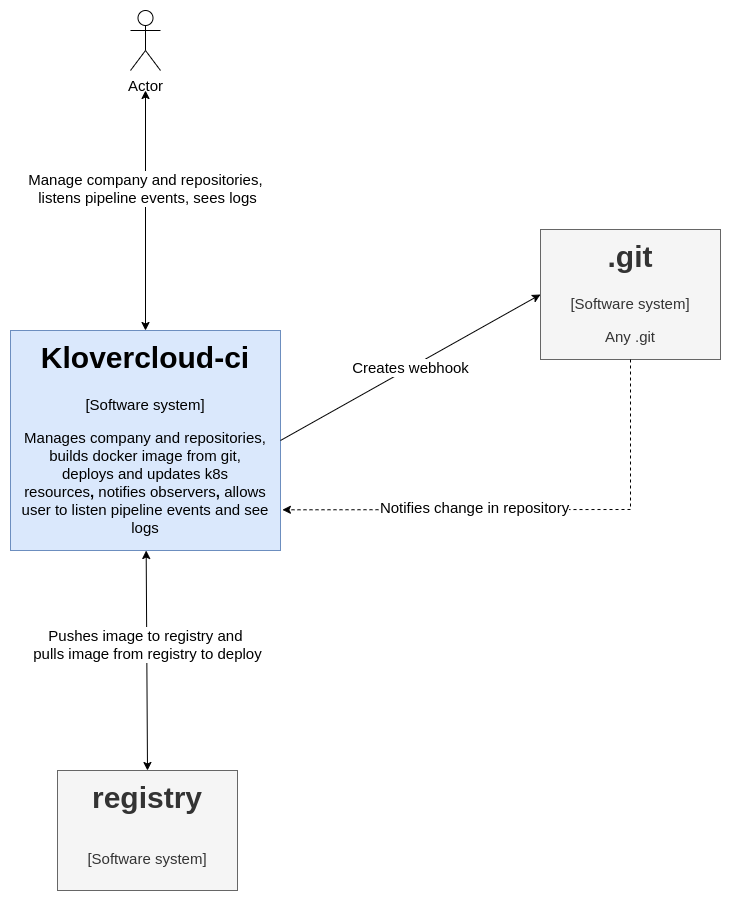
The draw.io diagram files/context.png in klovercloud-ci-cd/architecture, before a commit. Source tidied: cells renumbered, new cells last; positions are measured from the earlier drawing's top-left corner, leaving out a move shared by most shapes. The source it was exported from:
```xml
<mxGraphModel>
  <root>
    <mxCell id="0" />
    <mxCell id="1" parent="0" />
    <mxCell id="2" value="&lt;h1&gt;Klovercloud-ci&lt;/h1&gt;&lt;div&gt;[Software system]&lt;/div&gt;&lt;p&gt;Manages company and repositories, builds docker image from git,&lt;br&gt;deploys and updates k8s resources&lt;b&gt;,&amp;nbsp;&lt;/b&gt;notifies observers&lt;b&gt;,&amp;nbsp;&lt;/b&gt;allows user to listen pipeline events and see logs&lt;br&gt;&lt;/p&gt;" style="text;html=1;strokeColor=#6c8ebf;fillColor=#dae8fc;spacing=5;spacingTop=-20;whiteSpace=wrap;overflow=hidden;rounded=0;fontSize=15;align=center;fontColor=default;" parent="1" vertex="1">
      <mxGeometry y="320" width="270" height="220" as="geometry" />
    </mxCell>
    <mxCell id="3" value="&lt;h1&gt;.git&lt;/h1&gt;&lt;div&gt;[Software system]&lt;br&gt;&lt;/div&gt;&lt;p&gt;&lt;span&gt;Any .git&lt;/span&gt;&lt;br&gt;&lt;/p&gt;" style="text;html=1;strokeColor=#666666;fillColor=#f5f5f5;spacing=5;spacingTop=-20;whiteSpace=wrap;overflow=hidden;rounded=0;fontSize=15;fontColor=#333333;align=center;" parent="1" vertex="1">
      <mxGeometry x="530" y="219" width="180" height="130" as="geometry" />
    </mxCell>
    <mxCell id="4" style="endArrow=classic;html=1;rounded=0;labelBackgroundColor=default;fontSize=15;fontColor=default;strokeColor=default;exitX=0.5;exitY=1;exitDx=0;exitDy=0;entryX=1.007;entryY=0.815;entryDx=0;entryDy=0;dashed=1;entryPerimeter=0;" parent="1" edge="1" source="3" target="2">
      <mxGeometry relative="1" as="geometry">
        <Array as="points">
          <mxPoint x="620" y="499" />
        </Array>
      </mxGeometry>
    </mxCell>
    <mxCell id="5" value="Notifies change in repository" style="edgeLabel;html=1;align=center;verticalAlign=middle;fontSize=15;fontColor=default;labelBackgroundColor=default;" parent="4" vertex="1">
      <mxGeometry x="0.17" y="1" relative="1" as="geometry">
        <mxPoint x="-15" y="-4" as="offset" />
      </mxGeometry>
    </mxCell>
    <mxCell id="6" value="Creates webhook" style="endArrow=classic;html=1;rounded=0;labelBackgroundColor=default;fontSize=15;fontColor=default;strokeColor=default;exitX=1;exitY=0.5;exitDx=0;exitDy=0;entryX=0;entryY=0.5;entryDx=0;entryDy=0;" parent="1" edge="1" source="2" target="3">
      <mxGeometry relative="1" as="geometry" />
    </mxCell>
    <mxCell id="7" value="Actor" style="shape=umlActor;verticalLabelPosition=bottom;verticalAlign=top;html=1;labelBackgroundColor=default;fontSize=15;fontColor=default;strokeColor=default;fillColor=default;" parent="1" vertex="1">
      <mxGeometry x="120" width="30" height="60" as="geometry" />
    </mxCell>
    <mxCell id="8" style="endArrow=classic;startArrow=classic;html=1;rounded=0;labelBackgroundColor=default;fontSize=15;fontColor=default;strokeColor=default;exitX=0.5;exitY=0;exitDx=0;exitDy=0;" parent="1" edge="1" source="2">
      <mxGeometry relative="1" as="geometry">
        <mxPoint x="135" y="80" as="targetPoint" />
      </mxGeometry>
    </mxCell>
    <mxCell id="9" value="Manage company and repositories, &lt;br&gt;listens pipeline events, sees logs" style="edgeLabel;html=1;align=center;verticalAlign=middle;fontSize=15;fontColor=default;" parent="8" vertex="1">
      <mxGeometry x="0.19" y="-1" relative="1" as="geometry" />
    </mxCell>
    <mxCell id="10" value="&lt;h1&gt;&lt;span&gt;registry&lt;/span&gt;&lt;/h1&gt;&lt;h1&gt;&lt;span style=&quot;font-size: 15px ; font-weight: normal&quot;&gt;[Software system]&lt;/span&gt;&lt;/h1&gt;&lt;div&gt;&lt;span style=&quot;font-size: 15px ; font-weight: normal&quot;&gt;&lt;br&gt;&lt;/span&gt;&lt;/div&gt;" style="text;html=1;strokeColor=#666666;fillColor=#f5f5f5;spacing=5;spacingTop=-20;whiteSpace=wrap;overflow=hidden;rounded=0;fontSize=15;fontColor=#333333;align=center;" parent="1" vertex="1">
      <mxGeometry x="47" y="760" width="180" height="120" as="geometry" />
    </mxCell>
    <mxCell id="11" style="endArrow=classic;startArrow=classic;html=1;rounded=0;labelBackgroundColor=default;fontSize=15;fontColor=default;strokeColor=default;exitX=0.5;exitY=0;exitDx=0;exitDy=0;" parent="1" edge="1" source="10" target="2">
      <mxGeometry relative="1" as="geometry" />
    </mxCell>
    <mxCell id="12" value="Pushes image to registry and &lt;br&gt;pulls image from registry to deploy" style="edgeLabel;html=1;align=center;verticalAlign=middle;fontSize=15;fontColor=default;" parent="11" vertex="1">
      <mxGeometry x="0.15" relative="1" as="geometry" />
    </mxCell>
  </root>
</mxGraphModel>
```
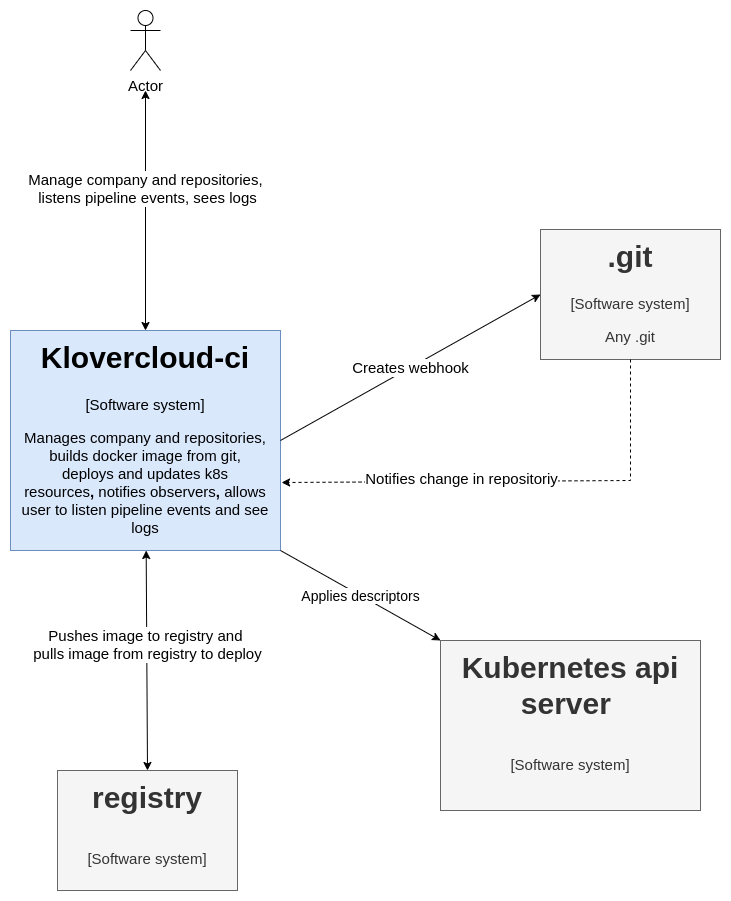
After the change.

Commit message:
add kuberntes api server in the diagrams

Change to the diagram source:
```diff
@@ -8,30 +8,30 @@
     <mxCell id="3" value="&lt;h1&gt;.git&lt;/h1&gt;&lt;div&gt;[Software system]&lt;br&gt;&lt;/div&gt;&lt;p&gt;&lt;span&gt;Any .git&lt;/span&gt;&lt;br&gt;&lt;/p&gt;" style="text;html=1;strokeColor=#666666;fillColor=#f5f5f5;spacing=5;spacingTop=-20;whiteSpace=wrap;overflow=hidden;rounded=0;fontSize=15;fontColor=#333333;align=center;" parent="1" vertex="1">
       <mxGeometry x="530" y="219" width="180" height="130" as="geometry" />
     </mxCell>
-    <mxCell id="4" style="endArrow=classic;html=1;rounded=0;labelBackgroundColor=default;fontSize=15;fontColor=default;strokeColor=default;exitX=0.5;exitY=1;exitDx=0;exitDy=0;entryX=1.007;entryY=0.815;entryDx=0;entryDy=0;dashed=1;entryPerimeter=0;" parent="1" edge="1" source="3" target="2">
+    <mxCell id="4" style="endArrow=classic;html=1;rounded=0;labelBackgroundColor=default;fontSize=15;fontColor=default;strokeColor=default;exitX=0.5;exitY=1;exitDx=0;exitDy=0;entryX=1.004;entryY=0.691;entryDx=0;entryDy=0;dashed=1;entryPerimeter=0;" parent="1" edge="1" source="3" target="2">
       <mxGeometry relative="1" as="geometry">
         <Array as="points">
-          <mxPoint x="620" y="499" />
+          <mxPoint x="620" y="470" />
         </Array>
       </mxGeometry>
     </mxCell>
-    <mxCell id="5" value="Notifies change in repository" style="edgeLabel;html=1;align=center;verticalAlign=middle;fontSize=15;fontColor=default;labelBackgroundColor=default;" parent="4" vertex="1">
-      <mxGeometry x="0.17" y="1" relative="1" as="geometry">
-        <mxPoint x="-15" y="-4" as="offset" />
-      </mxGeometry>
-    </mxCell>
+    <mxCell id="13" value="Notifies change in repositoriy" style="edgeLabel;html=1;align=center;verticalAlign=middle;fontSize=15;fontColor=default;labelBackgroundColor=default;" parent="4" vertex="1">
+      <mxGeometry x="0.17" y="1" relative="1" as="geometry">
+        <mxPoint x="-15" y="-4" as="offset" />
+      </mxGeometry>
+    </mxCell>
     <mxCell id="6" value="Creates webhook" style="endArrow=classic;html=1;rounded=0;labelBackgroundColor=default;fontSize=15;fontColor=default;strokeColor=default;exitX=1;exitY=0.5;exitDx=0;exitDy=0;entryX=0;entryY=0.5;entryDx=0;entryDy=0;" parent="1" edge="1" source="2" target="3">
       <mxGeometry relative="1" as="geometry" />
     </mxCell>
     <mxCell id="7" value="Actor" style="shape=umlActor;verticalLabelPosition=bottom;verticalAlign=top;html=1;labelBackgroundColor=default;fontSize=15;fontColor=default;strokeColor=default;fillColor=default;" parent="1" vertex="1">
       <mxGeometry x="120" width="30" height="60" as="geometry" />
     </mxCell>
-    <mxCell id="8" style="endArrow=classic;startArrow=classic;html=1;rounded=0;labelBackgroundColor=default;fontSize=15;fontColor=default;strokeColor=default;exitX=0.5;exitY=0;exitDx=0;exitDy=0;" parent="1" edge="1" source="2">
-      <mxGeometry relative="1" as="geometry">
-        <mxPoint x="135" y="80" as="targetPoint" />
-      </mxGeometry>
-    </mxCell>
+    <mxCell id="14" style="endArrow=classic;startArrow=classic;html=1;rounded=0;labelBackgroundColor=default;fontSize=15;fontColor=default;strokeColor=default;exitX=0.5;exitY=0;exitDx=0;exitDy=0;" parent="1" edge="1" source="2">
+      <mxGeometry relative="1" as="geometry">
+        <mxPoint x="135" y="80" as="targetPoint" />
+      </mxGeometry>
+    </mxCell>
-    <mxCell id="9" value="Manage company and repositories, &lt;br&gt;listens pipeline events, sees logs" style="edgeLabel;html=1;align=center;verticalAlign=middle;fontSize=15;fontColor=default;" parent="8" vertex="1">
+    <mxCell id="9" value="Manage company and repositories, &lt;br&gt;listens pipeline events, sees logs" style="edgeLabel;html=1;align=center;verticalAlign=middle;fontSize=15;fontColor=default;" parent="14" vertex="1">
       <mxGeometry x="0.19" y="-1" relative="1" as="geometry" />
     </mxCell>
     <mxCell id="10" value="&lt;h1&gt;&lt;span&gt;registry&lt;/span&gt;&lt;/h1&gt;&lt;h1&gt;&lt;span style=&quot;font-size: 15px ; font-weight: normal&quot;&gt;[Software system]&lt;/span&gt;&lt;/h1&gt;&lt;div&gt;&lt;span style=&quot;font-size: 15px ; font-weight: normal&quot;&gt;&lt;br&gt;&lt;/span&gt;&lt;/div&gt;" style="text;html=1;strokeColor=#666666;fillColor=#f5f5f5;spacing=5;spacingTop=-20;whiteSpace=wrap;overflow=hidden;rounded=0;fontSize=15;fontColor=#333333;align=center;" parent="1" vertex="1">
@@ -43,5 +43,11 @@
     <mxCell id="12" value="Pushes image to registry and &lt;br&gt;pulls image from registry to deploy" style="edgeLabel;html=1;align=center;verticalAlign=middle;fontSize=15;fontColor=default;" parent="11" vertex="1">
       <mxGeometry x="0.15" relative="1" as="geometry" />
     </mxCell>
+    <mxCell id="15" value="&lt;h1&gt;&lt;span&gt;Kubernetes api server&amp;nbsp;&lt;/span&gt;&lt;/h1&gt;&lt;h1&gt;&lt;span style=&quot;font-size: 15px ; font-weight: normal&quot;&gt;[Software system]&lt;/span&gt;&lt;/h1&gt;&lt;div&gt;&lt;span style=&quot;font-size: 15px ; font-weight: normal&quot;&gt;&lt;br&gt;&lt;/span&gt;&lt;/div&gt;" style="text;html=1;strokeColor=#666666;fillColor=#f5f5f5;spacing=5;spacingTop=-20;whiteSpace=wrap;overflow=hidden;rounded=0;fontSize=15;fontColor=#333333;align=center;" parent="1" vertex="1">
+      <mxGeometry x="430" y="630" width="260" height="170" as="geometry" />
+    </mxCell>
+    <mxCell id="16" value="&lt;font style=&quot;font-size: 14px&quot;&gt;Applies descriptors&lt;/font&gt;" style="endArrow=classic;html=1;rounded=0;exitX=1;exitY=1;exitDx=0;exitDy=0;strokeColor=default;labelBackgroundColor=default;fontColor=default;entryX=0;entryY=0;entryDx=0;entryDy=0;" parent="1" edge="1" source="2" target="15">
+      <mxGeometry relative="1" as="geometry" />
+    </mxCell>
   </root>
 </mxGraphModel>
```
